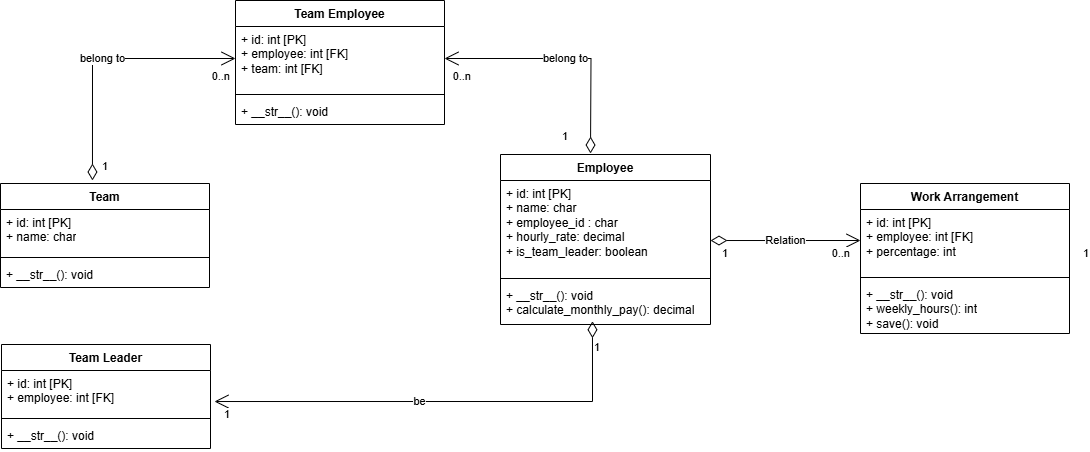
tzeneng96/Edi_Assignment keeps this draw.io diagram as UML_employee_app.png. Above is the earlier version. Source tidied: cells renumbered, new cells last; positions are measured from the earlier drawing's top-left corner, leaving out a move shared by most shapes. The source it was exported from:
```xml
<mxGraphModel>
  <root>
    <mxCell id="0" />
    <mxCell id="1" parent="0" />
    <mxCell id="2" value="Team" style="swimlane;fontStyle=1;align=center;verticalAlign=top;horizontal=1;startSize=26;whiteSpace=wrap;html=1;" parent="1" vertex="1">
      <mxGeometry y="183" width="209" height="104" as="geometry" />
    </mxCell>
    <mxCell id="3" value="+ id: int [PK]&lt;div&gt;+ name: char&lt;div&gt;&lt;br&gt;&lt;/div&gt;&lt;/div&gt;" style="text;strokeColor=none;fillColor=none;align=left;verticalAlign=top;spacingLeft=4;spacingRight=4;overflow=hidden;whiteSpace=wrap;html=1;" parent="2" vertex="1">
      <mxGeometry y="26" width="209" height="44" as="geometry" />
    </mxCell>
    <mxCell id="4" style="line;strokeWidth=1;fillColor=none;align=left;verticalAlign=middle;spacingTop=-1;spacingLeft=3;spacingRight=3;labelPosition=right;strokeColor=inherit;" parent="2" vertex="1">
      <mxGeometry y="70" width="209" height="8" as="geometry" />
    </mxCell>
    <mxCell id="5" value="+ __str__(): void" style="text;strokeColor=none;fillColor=none;align=left;verticalAlign=top;spacingLeft=4;spacingRight=4;overflow=hidden;whiteSpace=wrap;html=1;" parent="2" vertex="1">
      <mxGeometry y="78" width="209" height="26" as="geometry" />
    </mxCell>
    <mxCell id="6" value="Employee" style="swimlane;fontStyle=1;align=center;verticalAlign=top;horizontal=1;startSize=26;whiteSpace=wrap;html=1;" parent="1" vertex="1">
      <mxGeometry x="500" y="154" width="210" height="170" as="geometry" />
    </mxCell>
    <mxCell id="7" value="+ id: int [PK]&lt;div&gt;+ name: char&lt;div&gt;+ employee_id : char&lt;/div&gt;&lt;div&gt;&lt;span style=&quot;background-color: initial;&quot;&gt;+ hourly_rate: decimal&lt;/span&gt;&lt;/div&gt;&lt;div&gt;+ is_team_leader: boolean&lt;/div&gt;&lt;/div&gt;" style="text;strokeColor=none;fillColor=none;align=left;verticalAlign=top;spacingLeft=4;spacingRight=4;overflow=hidden;whiteSpace=wrap;html=1;" parent="6" vertex="1">
      <mxGeometry y="26" width="210" height="94" as="geometry" />
    </mxCell>
    <mxCell id="8" style="line;strokeWidth=1;fillColor=none;align=left;verticalAlign=middle;spacingTop=-1;spacingLeft=3;spacingRight=3;labelPosition=right;strokeColor=inherit;" parent="6" vertex="1">
      <mxGeometry y="120" width="210" height="8" as="geometry" />
    </mxCell>
    <mxCell id="9" value="&lt;div&gt;+ __str__(): void&lt;/div&gt;+ calculate_monthly_pay(): decimal&lt;div&gt;&lt;br&gt;&lt;/div&gt;" style="text;strokeColor=none;fillColor=none;align=left;verticalAlign=top;spacingLeft=4;spacingRight=4;overflow=hidden;points=[[0,0.5],[1,0.5]];portConstraint=eastwest;whiteSpace=wrap;html=1;" parent="6" vertex="1">
      <mxGeometry y="128" width="210" height="42" as="geometry" />
    </mxCell>
    <mxCell id="10" value="Team Leader" style="swimlane;fontStyle=1;align=center;verticalAlign=top;horizontal=1;startSize=26;whiteSpace=wrap;html=1;" parent="1" vertex="1">
      <mxGeometry x="1" y="344" width="209" height="104" as="geometry" />
    </mxCell>
    <mxCell id="11" value="+ id: int [PK]&lt;div&gt;+ employee: int [FK]&lt;div&gt;&lt;br&gt;&lt;/div&gt;&lt;/div&gt;" style="text;strokeColor=none;fillColor=none;align=left;verticalAlign=top;spacingLeft=4;spacingRight=4;overflow=hidden;points=[[0,0.5],[1,0.5]];portConstraint=eastwest;whiteSpace=wrap;html=1;" parent="10" vertex="1">
      <mxGeometry y="26" width="209" height="44" as="geometry" />
    </mxCell>
    <mxCell id="12" style="line;strokeWidth=1;fillColor=none;align=left;verticalAlign=middle;spacingTop=-1;spacingLeft=3;spacingRight=3;labelPosition=right;strokeColor=inherit;" parent="10" vertex="1">
      <mxGeometry y="70" width="209" height="8" as="geometry" />
    </mxCell>
    <mxCell id="13" value="+ __str__(): void" style="text;strokeColor=none;fillColor=none;align=left;verticalAlign=top;spacingLeft=4;spacingRight=4;overflow=hidden;whiteSpace=wrap;html=1;" parent="10" vertex="1">
      <mxGeometry y="78" width="209" height="26" as="geometry" />
    </mxCell>
    <mxCell id="14" value="be" style="endArrow=open;html=1;endSize=12;startArrow=diamondThin;startSize=14;startFill=0;edgeStyle=orthogonalEdgeStyle;rounded=0;exitX=0.438;exitY=0.923;exitDx=0;exitDy=0;exitPerimeter=0;entryX=1.019;entryY=0.705;entryDx=0;entryDy=0;entryPerimeter=0;" parent="1" edge="1" source="9" target="11">
      <mxGeometry x="0.1" relative="1" as="geometry">
        <Array as="points">
          <mxPoint x="592" y="401" />
        </Array>
      </mxGeometry>
    </mxCell>
    <mxCell id="15" value="1" style="edgeLabel;html=1;align=left;verticalAlign=top;" parent="14" vertex="1">
      <mxGeometry x="-1" relative="1" as="geometry">
        <mxPoint y="13" as="offset" />
      </mxGeometry>
    </mxCell>
    <mxCell id="16" value="1" style="edgeLabel;html=1;align=right;verticalAlign=top;" parent="14" vertex="1">
      <mxGeometry x="1" relative="1" as="geometry">
        <mxPoint x="16" as="offset" />
      </mxGeometry>
    </mxCell>
    <mxCell id="17" value="Team Employee" style="swimlane;fontStyle=1;align=center;verticalAlign=top;horizontal=1;startSize=26;whiteSpace=wrap;html=1;" parent="1" vertex="1">
      <mxGeometry x="235" width="209" height="124" as="geometry" />
    </mxCell>
    <mxCell id="18" value="+ id: int [PK]&lt;div&gt;+ employee: int [FK]&lt;/div&gt;&lt;div&gt;+ team: int [FK]&lt;/div&gt;" style="text;strokeColor=none;fillColor=none;align=left;verticalAlign=top;spacingLeft=4;spacingRight=4;overflow=hidden;points=[[0,0.5],[1,0.5]];portConstraint=eastwest;whiteSpace=wrap;html=1;" parent="17" vertex="1">
      <mxGeometry y="26" width="209" height="64" as="geometry" />
    </mxCell>
    <mxCell id="19" style="line;strokeWidth=1;fillColor=none;align=left;verticalAlign=middle;spacingTop=-1;spacingLeft=3;spacingRight=3;labelPosition=right;strokeColor=inherit;" parent="17" vertex="1">
      <mxGeometry y="90" width="209" height="8" as="geometry" />
    </mxCell>
    <mxCell id="20" value="+ __str__(): void" style="text;strokeColor=none;fillColor=none;align=left;verticalAlign=top;spacingLeft=4;spacingRight=4;overflow=hidden;whiteSpace=wrap;html=1;" parent="17" vertex="1">
      <mxGeometry y="98" width="209" height="26" as="geometry" />
    </mxCell>
    <mxCell id="21" value="belong to" style="endArrow=open;html=1;endSize=12;startArrow=diamondThin;startSize=14;startFill=0;edgeStyle=orthogonalEdgeStyle;rounded=0;entryX=0;entryY=0.5;entryDx=0;entryDy=0;exitX=0.44;exitY=-0.029;exitDx=0;exitDy=0;exitPerimeter=0;" parent="1" edge="1" source="2" target="18">
      <mxGeometry relative="1" as="geometry" />
    </mxCell>
    <mxCell id="22" value="1" style="edgeLabel;html=1;align=left;verticalAlign=top;" parent="21" vertex="1">
      <mxGeometry x="-1" relative="1" as="geometry">
        <mxPoint x="8" y="-27" as="offset" />
      </mxGeometry>
    </mxCell>
    <mxCell id="23" value="0..n" style="edgeLabel;html=1;align=right;verticalAlign=top;" parent="21" vertex="1">
      <mxGeometry x="1" relative="1" as="geometry">
        <mxPoint x="-5" y="5" as="offset" />
      </mxGeometry>
    </mxCell>
    <mxCell id="24" value="belong to" style="endArrow=open;html=1;endSize=12;startArrow=diamondThin;startSize=14;startFill=0;edgeStyle=orthogonalEdgeStyle;rounded=0;entryX=1;entryY=0.5;entryDx=0;entryDy=0;" parent="1" edge="1" target="18">
      <mxGeometry relative="1" as="geometry">
        <mxPoint x="590" y="153" as="sourcePoint" />
      </mxGeometry>
    </mxCell>
    <mxCell id="25" value="1" style="edgeLabel;html=1;align=left;verticalAlign=top;" parent="24" vertex="1">
      <mxGeometry x="-1" relative="1" as="geometry">
        <mxPoint x="-30" y="-30" as="offset" />
      </mxGeometry>
    </mxCell>
    <mxCell id="26" value="0..n" style="edgeLabel;html=1;align=right;verticalAlign=top;" parent="24" vertex="1">
      <mxGeometry x="1" relative="1" as="geometry">
        <mxPoint x="27" y="5" as="offset" />
      </mxGeometry>
    </mxCell>
    <mxCell id="27" value="Work Arrangement" style="swimlane;fontStyle=1;align=center;verticalAlign=top;horizontal=1;startSize=26;whiteSpace=wrap;html=1;" parent="1" vertex="1">
      <mxGeometry x="860" y="183" width="209" height="150" as="geometry" />
    </mxCell>
    <mxCell id="28" value="+ id: int [PK]&lt;div&gt;+ employee: int [FK]&lt;div&gt;+ percentage: int&lt;/div&gt;&lt;/div&gt;&lt;div&gt;&lt;br&gt;&lt;/div&gt;" style="text;strokeColor=none;fillColor=none;align=left;verticalAlign=top;spacingLeft=4;spacingRight=4;overflow=hidden;whiteSpace=wrap;html=1;" parent="27" vertex="1">
      <mxGeometry y="26" width="209" height="64" as="geometry" />
    </mxCell>
    <mxCell id="29" style="line;strokeWidth=1;fillColor=none;align=left;verticalAlign=middle;spacingTop=-1;spacingLeft=3;spacingRight=3;labelPosition=right;strokeColor=inherit;" parent="27" vertex="1">
      <mxGeometry y="90" width="209" height="8" as="geometry" />
    </mxCell>
    <mxCell id="30" value="+ __str__(): void&lt;div&gt;+ weekly_hours(): int&lt;/div&gt;&lt;div&gt;+ save(): void&lt;/div&gt;&lt;div&gt;&lt;br&gt;&lt;/div&gt;" style="text;strokeColor=none;fillColor=none;align=left;verticalAlign=top;spacingLeft=4;spacingRight=4;overflow=hidden;whiteSpace=wrap;html=1;" parent="27" vertex="1">
      <mxGeometry y="98" width="209" height="52" as="geometry" />
    </mxCell>
    <mxCell id="31" value="1" style="edgeLabel;html=1;align=right;verticalAlign=top;" parent="1" vertex="1">
      <mxGeometry x="1089" y="240" as="geometry" />
    </mxCell>
    <mxCell id="32" value="Relation" style="endArrow=open;html=1;endSize=12;startArrow=diamondThin;startSize=14;startFill=0;edgeStyle=orthogonalEdgeStyle;rounded=0;" parent="1" edge="1">
      <mxGeometry relative="1" as="geometry">
        <mxPoint x="710" y="240" as="sourcePoint" />
        <mxPoint x="860" y="240" as="targetPoint" />
      </mxGeometry>
    </mxCell>
    <mxCell id="33" value="1" style="edgeLabel;html=1;align=left;verticalAlign=top;" parent="32" vertex="1">
      <mxGeometry x="-1" relative="1" as="geometry">
        <mxPoint x="10" as="offset" />
      </mxGeometry>
    </mxCell>
    <mxCell id="34" value="0..n" style="edgeLabel;html=1;align=right;verticalAlign=top;" parent="32" vertex="1">
      <mxGeometry x="1" relative="1" as="geometry">
        <mxPoint x="-10" as="offset" />
      </mxGeometry>
    </mxCell>
  </root>
</mxGraphModel>
```
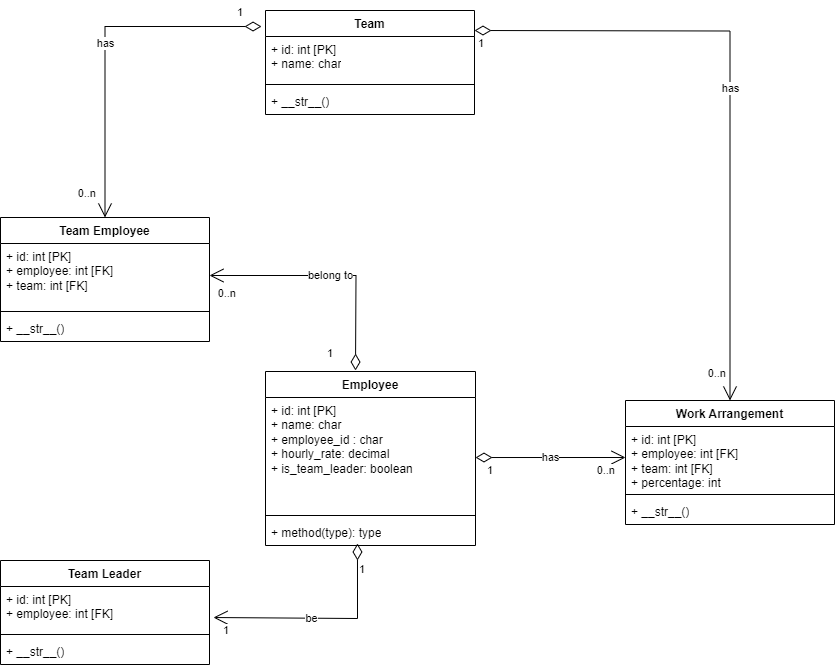
The same diagram one commit later.

Commit message:
update readme and UML diagram

Diff of the diagram source:
```diff
@@ -3,7 +3,7 @@
     <mxCell id="0" />
     <mxCell id="1" parent="0" />
     <mxCell id="2" value="Team" style="swimlane;fontStyle=1;align=center;verticalAlign=top;horizontal=1;startSize=26;whiteSpace=wrap;html=1;" parent="1" vertex="1">
-      <mxGeometry y="183" width="209" height="104" as="geometry" />
+      <mxGeometry x="500" y="-207" width="209" height="104" as="geometry" />
     </mxCell>
     <mxCell id="3" value="+ id: int [PK]&lt;div&gt;+ name: char&lt;div&gt;&lt;br&gt;&lt;/div&gt;&lt;/div&gt;" style="text;strokeColor=none;fillColor=none;align=left;verticalAlign=top;spacingLeft=4;spacingRight=4;overflow=hidden;whiteSpace=wrap;html=1;" parent="2" vertex="1">
       <mxGeometry y="26" width="209" height="44" as="geometry" />
@@ -11,23 +11,23 @@
     <mxCell id="4" style="line;strokeWidth=1;fillColor=none;align=left;verticalAlign=middle;spacingTop=-1;spacingLeft=3;spacingRight=3;labelPosition=right;strokeColor=inherit;" parent="2" vertex="1">
       <mxGeometry y="70" width="209" height="8" as="geometry" />
     </mxCell>
-    <mxCell id="5" value="+ __str__(): void" style="text;strokeColor=none;fillColor=none;align=left;verticalAlign=top;spacingLeft=4;spacingRight=4;overflow=hidden;whiteSpace=wrap;html=1;" parent="2" vertex="1">
+    <mxCell id="5" value="+ __str__()" style="text;strokeColor=none;fillColor=none;align=left;verticalAlign=top;spacingLeft=4;spacingRight=4;overflow=hidden;whiteSpace=wrap;html=1;" parent="2" vertex="1">
       <mxGeometry y="78" width="209" height="26" as="geometry" />
     </mxCell>
     <mxCell id="6" value="Employee" style="swimlane;fontStyle=1;align=center;verticalAlign=top;horizontal=1;startSize=26;whiteSpace=wrap;html=1;" parent="1" vertex="1">
-      <mxGeometry x="500" y="154" width="210" height="170" as="geometry" />
+      <mxGeometry x="500" y="154" width="210" height="174" as="geometry" />
     </mxCell>
     <mxCell id="7" value="+ id: int [PK]&lt;div&gt;+ name: char&lt;div&gt;+ employee_id : char&lt;/div&gt;&lt;div&gt;&lt;span style=&quot;background-color: initial;&quot;&gt;+ hourly_rate: decimal&lt;/span&gt;&lt;/div&gt;&lt;div&gt;+ is_team_leader: boolean&lt;/div&gt;&lt;/div&gt;" style="text;strokeColor=none;fillColor=none;align=left;verticalAlign=top;spacingLeft=4;spacingRight=4;overflow=hidden;whiteSpace=wrap;html=1;" parent="6" vertex="1">
-      <mxGeometry y="26" width="210" height="94" as="geometry" />
+      <mxGeometry y="26" width="210" height="114" as="geometry" />
     </mxCell>
     <mxCell id="8" style="line;strokeWidth=1;fillColor=none;align=left;verticalAlign=middle;spacingTop=-1;spacingLeft=3;spacingRight=3;labelPosition=right;strokeColor=inherit;" parent="6" vertex="1">
-      <mxGeometry y="120" width="210" height="8" as="geometry" />
+      <mxGeometry y="140" width="210" height="8" as="geometry" />
     </mxCell>
-    <mxCell id="9" value="&lt;div&gt;+ __str__(): void&lt;/div&gt;+ calculate_monthly_pay(): decimal&lt;div&gt;&lt;br&gt;&lt;/div&gt;" style="text;strokeColor=none;fillColor=none;align=left;verticalAlign=top;spacingLeft=4;spacingRight=4;overflow=hidden;points=[[0,0.5],[1,0.5]];portConstraint=eastwest;whiteSpace=wrap;html=1;" parent="6" vertex="1">
-      <mxGeometry y="128" width="210" height="42" as="geometry" />
+    <mxCell id="9" value="+ method(type): type" style="text;strokeColor=none;fillColor=none;align=left;verticalAlign=top;spacingLeft=4;spacingRight=4;overflow=hidden;points=[[0,0.5],[1,0.5]];portConstraint=eastwest;whiteSpace=wrap;html=1;" parent="6" vertex="1">
+      <mxGeometry y="148" width="210" height="26" as="geometry" />
     </mxCell>
     <mxCell id="10" value="Team Leader" style="swimlane;fontStyle=1;align=center;verticalAlign=top;horizontal=1;startSize=26;whiteSpace=wrap;html=1;" parent="1" vertex="1">
-      <mxGeometry x="1" y="344" width="209" height="104" as="geometry" />
+      <mxGeometry x="235" y="343" width="209" height="104" as="geometry" />
     </mxCell>
     <mxCell id="11" value="+ id: int [PK]&lt;div&gt;+ employee: int [FK]&lt;div&gt;&lt;br&gt;&lt;/div&gt;&lt;/div&gt;" style="text;strokeColor=none;fillColor=none;align=left;verticalAlign=top;spacingLeft=4;spacingRight=4;overflow=hidden;points=[[0,0.5],[1,0.5]];portConstraint=eastwest;whiteSpace=wrap;html=1;" parent="10" vertex="1">
       <mxGeometry y="26" width="209" height="44" as="geometry" />
@@ -35,7 +35,7 @@
     <mxCell id="12" style="line;strokeWidth=1;fillColor=none;align=left;verticalAlign=middle;spacingTop=-1;spacingLeft=3;spacingRight=3;labelPosition=right;strokeColor=inherit;" parent="10" vertex="1">
       <mxGeometry y="70" width="209" height="8" as="geometry" />
     </mxCell>
-    <mxCell id="13" value="+ __str__(): void" style="text;strokeColor=none;fillColor=none;align=left;verticalAlign=top;spacingLeft=4;spacingRight=4;overflow=hidden;whiteSpace=wrap;html=1;" parent="10" vertex="1">
+    <mxCell id="13" value="+ __str__()" style="text;strokeColor=none;fillColor=none;align=left;verticalAlign=top;spacingLeft=4;spacingRight=4;overflow=hidden;whiteSpace=wrap;html=1;" parent="10" vertex="1">
       <mxGeometry y="78" width="209" height="26" as="geometry" />
     </mxCell>
     <mxCell id="14" value="be" style="endArrow=open;html=1;endSize=12;startArrow=diamondThin;startSize=14;startFill=0;edgeStyle=orthogonalEdgeStyle;rounded=0;exitX=0.438;exitY=0.923;exitDx=0;exitDy=0;exitPerimeter=0;entryX=1.019;entryY=0.705;entryDx=0;entryDy=0;entryPerimeter=0;" parent="1" edge="1" source="9" target="11">
@@ -64,22 +64,9 @@
     <mxCell id="19" style="line;strokeWidth=1;fillColor=none;align=left;verticalAlign=middle;spacingTop=-1;spacingLeft=3;spacingRight=3;labelPosition=right;strokeColor=inherit;" parent="17" vertex="1">
       <mxGeometry y="90" width="209" height="8" as="geometry" />
     </mxCell>
-    <mxCell id="20" value="+ __str__(): void" style="text;strokeColor=none;fillColor=none;align=left;verticalAlign=top;spacingLeft=4;spacingRight=4;overflow=hidden;whiteSpace=wrap;html=1;" parent="17" vertex="1">
+    <mxCell id="20" value="+ __str__()" style="text;strokeColor=none;fillColor=none;align=left;verticalAlign=top;spacingLeft=4;spacingRight=4;overflow=hidden;whiteSpace=wrap;html=1;" parent="17" vertex="1">
       <mxGeometry y="98" width="209" height="26" as="geometry" />
     </mxCell>
-    <mxCell id="21" value="belong to" style="endArrow=open;html=1;endSize=12;startArrow=diamondThin;startSize=14;startFill=0;edgeStyle=orthogonalEdgeStyle;rounded=0;entryX=0;entryY=0.5;entryDx=0;entryDy=0;exitX=0.44;exitY=-0.029;exitDx=0;exitDy=0;exitPerimeter=0;" parent="1" edge="1" source="2" target="18">
-      <mxGeometry relative="1" as="geometry" />
-    </mxCell>
-    <mxCell id="22" value="1" style="edgeLabel;html=1;align=left;verticalAlign=top;" parent="21" vertex="1">
-      <mxGeometry x="-1" relative="1" as="geometry">
-        <mxPoint x="8" y="-27" as="offset" />
-      </mxGeometry>
-    </mxCell>
-    <mxCell id="23" value="0..n" style="edgeLabel;html=1;align=right;verticalAlign=top;" parent="21" vertex="1">
-      <mxGeometry x="1" relative="1" as="geometry">
-        <mxPoint x="-5" y="5" as="offset" />
-      </mxGeometry>
-    </mxCell>
     <mxCell id="24" value="belong to" style="endArrow=open;html=1;endSize=12;startArrow=diamondThin;startSize=14;startFill=0;edgeStyle=orthogonalEdgeStyle;rounded=0;entryX=1;entryY=0.5;entryDx=0;entryDy=0;" parent="1" edge="1" target="18">
       <mxGeometry relative="1" as="geometry">
         <mxPoint x="590" y="153" as="sourcePoint" />
@@ -96,21 +83,18 @@
       </mxGeometry>
     </mxCell>
     <mxCell id="27" value="Work Arrangement" style="swimlane;fontStyle=1;align=center;verticalAlign=top;horizontal=1;startSize=26;whiteSpace=wrap;html=1;" parent="1" vertex="1">
-      <mxGeometry x="860" y="183" width="209" height="150" as="geometry" />
+      <mxGeometry x="860" y="183" width="209" height="124" as="geometry" />
     </mxCell>
-    <mxCell id="28" value="+ id: int [PK]&lt;div&gt;+ employee: int [FK]&lt;div&gt;+ percentage: int&lt;/div&gt;&lt;/div&gt;&lt;div&gt;&lt;br&gt;&lt;/div&gt;" style="text;strokeColor=none;fillColor=none;align=left;verticalAlign=top;spacingLeft=4;spacingRight=4;overflow=hidden;whiteSpace=wrap;html=1;" parent="27" vertex="1">
+    <mxCell id="28" value="+ id: int [PK]&lt;div&gt;+ employee: int [FK]&lt;/div&gt;&lt;div&gt;+ team: int [FK]&lt;br&gt;&lt;div&gt;+ percentage: int&lt;/div&gt;&lt;/div&gt;&lt;div&gt;&lt;br&gt;&lt;/div&gt;" style="text;strokeColor=none;fillColor=none;align=left;verticalAlign=top;spacingLeft=4;spacingRight=4;overflow=hidden;whiteSpace=wrap;html=1;" parent="27" vertex="1">
       <mxGeometry y="26" width="209" height="64" as="geometry" />
     </mxCell>
     <mxCell id="29" style="line;strokeWidth=1;fillColor=none;align=left;verticalAlign=middle;spacingTop=-1;spacingLeft=3;spacingRight=3;labelPosition=right;strokeColor=inherit;" parent="27" vertex="1">
       <mxGeometry y="90" width="209" height="8" as="geometry" />
     </mxCell>
-    <mxCell id="30" value="+ __str__(): void&lt;div&gt;+ weekly_hours(): int&lt;/div&gt;&lt;div&gt;+ save(): void&lt;/div&gt;&lt;div&gt;&lt;br&gt;&lt;/div&gt;" style="text;strokeColor=none;fillColor=none;align=left;verticalAlign=top;spacingLeft=4;spacingRight=4;overflow=hidden;whiteSpace=wrap;html=1;" parent="27" vertex="1">
-      <mxGeometry y="98" width="209" height="52" as="geometry" />
+    <mxCell id="30" value="+ __str__()" style="text;strokeColor=none;fillColor=none;align=left;verticalAlign=top;spacingLeft=4;spacingRight=4;overflow=hidden;whiteSpace=wrap;html=1;" parent="27" vertex="1">
+      <mxGeometry y="98" width="209" height="26" as="geometry" />
     </mxCell>
-    <mxCell id="31" value="1" style="edgeLabel;html=1;align=right;verticalAlign=top;" parent="1" vertex="1">
-      <mxGeometry x="1089" y="240" as="geometry" />
-    </mxCell>
-    <mxCell id="32" value="Relation" style="endArrow=open;html=1;endSize=12;startArrow=diamondThin;startSize=14;startFill=0;edgeStyle=orthogonalEdgeStyle;rounded=0;" parent="1" edge="1">
+    <mxCell id="32" value="has" style="endArrow=open;html=1;endSize=12;startArrow=diamondThin;startSize=14;startFill=0;edgeStyle=orthogonalEdgeStyle;rounded=0;" parent="1" edge="1">
       <mxGeometry relative="1" as="geometry">
         <mxPoint x="710" y="240" as="sourcePoint" />
         <mxPoint x="860" y="240" as="targetPoint" />
@@ -126,5 +110,33 @@
         <mxPoint x="-10" as="offset" />
       </mxGeometry>
     </mxCell>
+    <mxCell id="21" value="has" style="endArrow=open;html=1;endSize=12;startArrow=diamondThin;startSize=14;startFill=0;edgeStyle=orthogonalEdgeStyle;rounded=0;entryX=0.5;entryY=0;entryDx=0;entryDy=0;exitX=-0.019;exitY=0.154;exitDx=0;exitDy=0;exitPerimeter=0;" parent="1" edge="1" source="2" target="17">
+      <mxGeometry relative="1" as="geometry" />
+    </mxCell>
+    <mxCell id="22" value="1" style="edgeLabel;html=1;align=left;verticalAlign=top;" parent="21" vertex="1">
+      <mxGeometry x="-1" relative="1" as="geometry">
+        <mxPoint x="-26" y="-27" as="offset" />
+      </mxGeometry>
+    </mxCell>
+    <mxCell id="23" value="0..n" style="edgeLabel;html=1;align=right;verticalAlign=top;" parent="21" vertex="1">
+      <mxGeometry x="1" relative="1" as="geometry">
+        <mxPoint x="-9" y="-37" as="offset" />
+      </mxGeometry>
+    </mxCell>
+    <mxCell id="35" value="has" style="endArrow=open;html=1;endSize=12;startArrow=diamondThin;startSize=14;startFill=0;edgeStyle=orthogonalEdgeStyle;rounded=0;entryX=0.5;entryY=0;entryDx=0;entryDy=0;" parent="1" edge="1" target="27">
+      <mxGeometry relative="1" as="geometry">
+        <mxPoint x="709" y="-187" as="sourcePoint" />
+      </mxGeometry>
+    </mxCell>
+    <mxCell id="31" value="1" style="edgeLabel;html=1;align=left;verticalAlign=top;" parent="35" vertex="1">
+      <mxGeometry x="-1" relative="1" as="geometry">
+        <mxPoint x="2" as="offset" />
+      </mxGeometry>
+    </mxCell>
+    <mxCell id="36" value="0..n" style="edgeLabel;html=1;align=right;verticalAlign=top;" parent="35" vertex="1">
+      <mxGeometry x="1" relative="1" as="geometry">
+        <mxPoint x="-4" y="-40" as="offset" />
+      </mxGeometry>
+    </mxCell>
   </root>
 </mxGraphModel>
```
